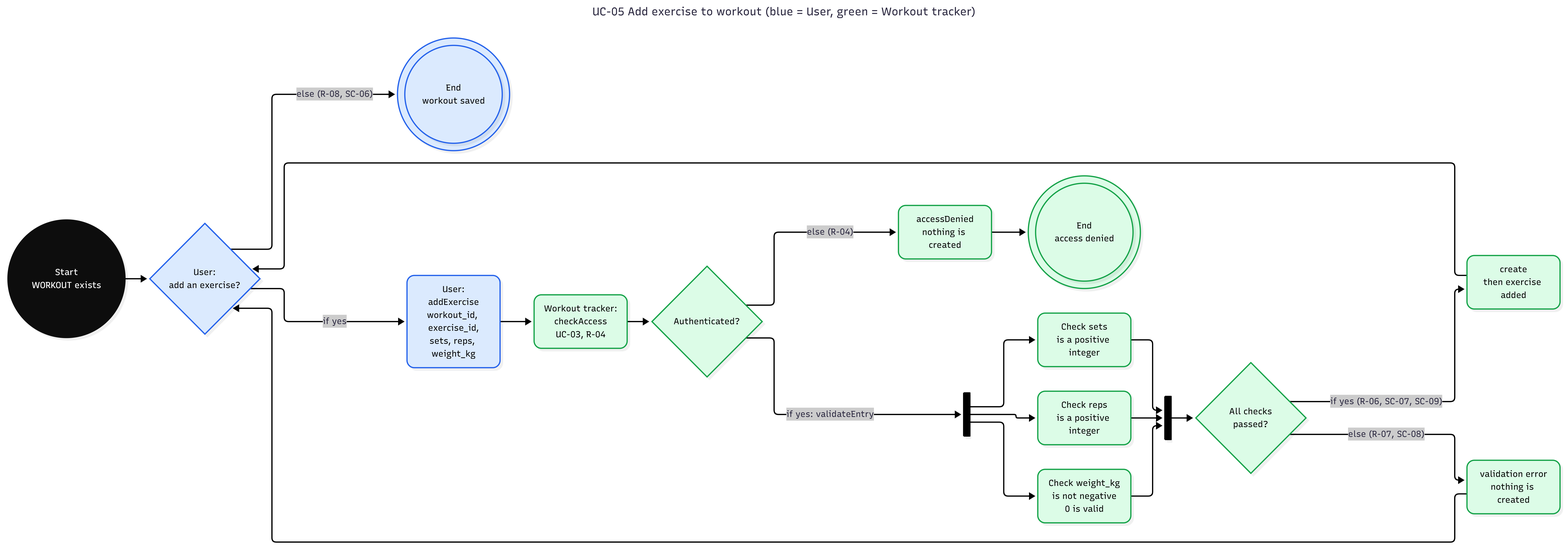
This is task-4/activity-diagram.png from setlors/kpi-2, a Mermaid export, as it was before one commit. Its source is kept beside it as task-4/activity-diagram.mmd.
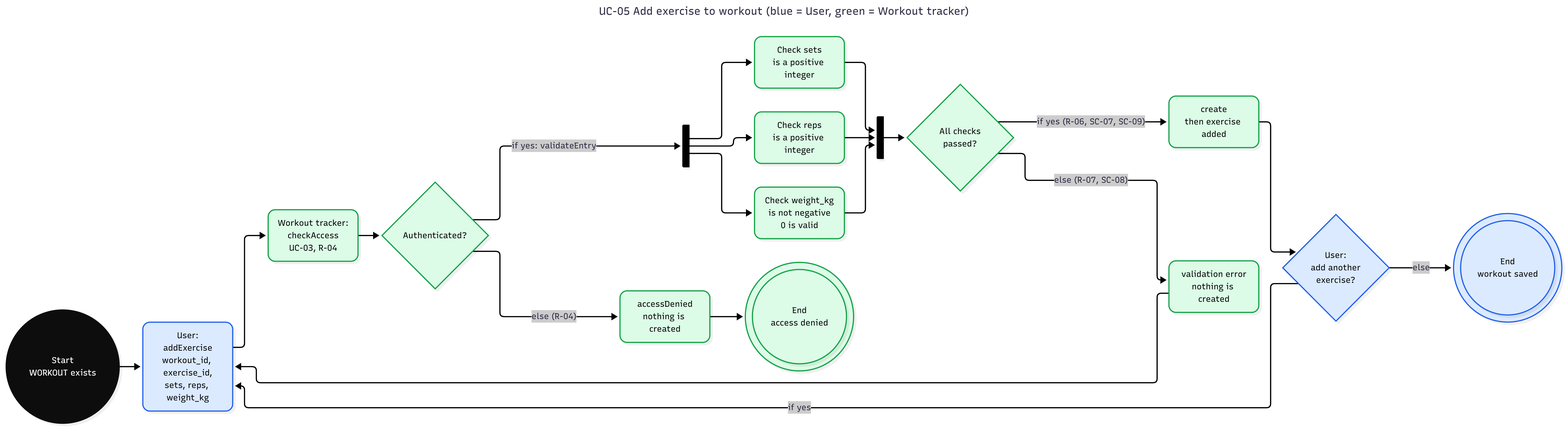
After the commit.

Commit message:
refactor activity diagram to streamline exercise addition flow

Change to the diagram source:
```diff
@@ -3,10 +3,7 @@
 ---
 flowchart LR
     S0(("Start<br/>WORKOUT exists"))
-    D1{"User:<br/>add an exercise?"}
     A2("User:<br/>addExercise<br/>workout_id, exercise_id,<br/>sets, reps, weight_kg")
-    E1((("End<br/>workout saved")))
-
     A3("Workout tracker:<br/>checkAccess<br/>UC-03, R-04")
     D4{"Authenticated?"}
     A5("accessDenied<br/>nothing is created")
@@ -19,10 +16,10 @@
     D9{"All checks<br/>passed?"}
     A10("validation error<br/>nothing is created")
     A11("create<br/>then exercise added")
+    D12{"User:<br/>add another<br/>exercise?"}
+    E1((("End<br/>workout saved")))
 
-    S0 --> D1
-    D1 -- "if yes" --> A2
-    D1 -- "else (R-08, SC-06)" --> E1
+    S0 --> A2
     A2 --> A3
     A3 --> D4
     D4 -- "if yes: validateEntry" --> F6
@@ -37,8 +34,10 @@
     J8 --> D9
     D9 -- "if yes (R-06, SC-07, SC-09)" --> A11
     D9 -- "else (R-07, SC-08)" --> A10
-    A10 --> D1
-    A11 --> D1
+    A10 --> A2
+    A11 --> D12
+    D12 -- "if yes" --> A2
+    D12 -- "else" --> E1
 
     classDef user fill:#dbeafe,stroke:#2563eb,color:#000;
     classDef wt fill:#dcfce7,stroke:#16a34a,color:#000;
@@ -46,5 +45,5 @@
     classDef bar fill:#000,stroke:#000;
     class S0 start;
     class F6,J8 bar;
-    class D1,A2,E1 user;
+    class A2,D12,E1 user;
     class A3,D4,A5,E2,A7a,A7b,A7c,D9,A10,A11 wt;
```
